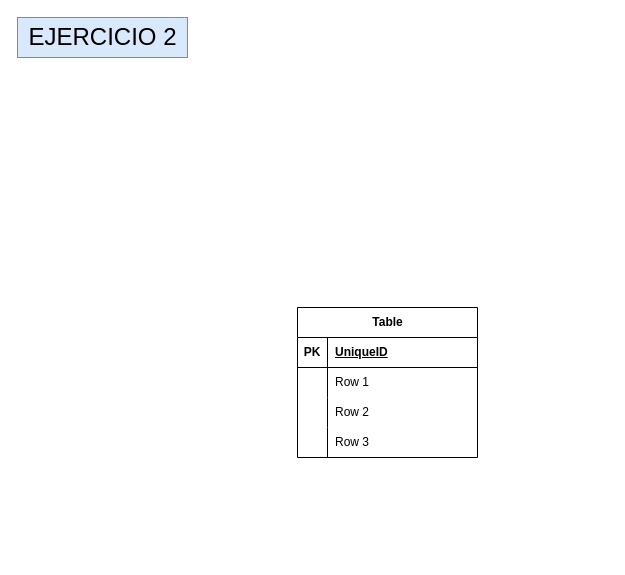
Above: M02_RA6_act2.drawio in victor06-git/base_de_dades (draw.io), before the change. Source tidied: cells renumbered, new cells numbered last; positions are measured from the earlier drawing's top-left corner, leaving out a move shared by most shapes. Both pictures are drawn from the tidied source at 100%, with x=0, y=0 at pixel (17, 17).
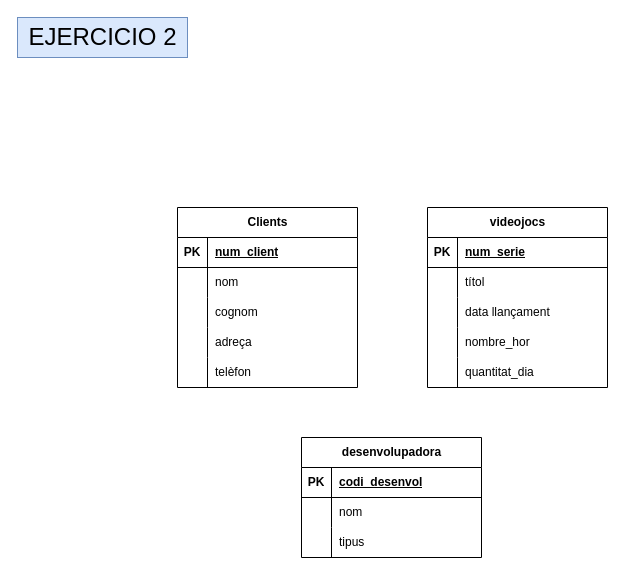
The same page after the edit.

Unchanged cells that the change refers to:
```xml
<mxCell id="3" style="shape=tableRow;horizontal=0;startSize=0;swimlaneHead=0;swimlaneBody=0;fillColor=none;top=0;left=0;right=0;bottom=1;" parent="2" vertex="1">
  <mxGeometry y="30" width="180" height="30" as="geometry" />
</mxCell>
<mxCell id="6" style="shape=tableRow;horizontal=0;startSize=0;swimlaneHead=0;swimlaneBody=0;fillColor=none;top=0;left=0;right=0;bottom=0;" parent="2" vertex="1">
  <mxGeometry y="60" width="180" height="30" as="geometry" />
</mxCell>
<mxCell id="9" style="shape=tableRow;horizontal=0;startSize=0;swimlaneHead=0;swimlaneBody=0;fillColor=none;top=0;left=0;right=0;bottom=0;" parent="2" vertex="1">
  <mxGeometry y="90" width="180" height="30" as="geometry" />
</mxCell>
<mxCell id="12" style="shape=tableRow;horizontal=0;startSize=0;swimlaneHead=0;swimlaneBody=0;fillColor=none;top=0;left=0;right=0;bottom=0;" parent="2" vertex="1">
  <mxGeometry y="120" width="180" height="30" as="geometry" />
</mxCell>
```

Diff of the diagram source:
```diff
@@
-    <mxCell id="2" value="Table" style="shape=table;startSize=30;childLayout=tableLayout;rowLines=0;fontStyle=1;align=center;html=1;" parent="1" vertex="1">
-      <mxGeometry x="280" y="290" width="180" height="150" as="geometry" />
+    <mxCell id="2" value="Clients" style="shape=table;startSize=30;childLayout=tableLayout;rowLines=0;fontStyle=1;align=center;html=1;" parent="1" vertex="1">
+      <mxGeometry x="160" y="190" width="180" height="180" as="geometry" />
     </mxCell>
@@
-    <mxCell id="5" value="UniqueID" style="shape=partialRectangle;fillColor=none;top=0;left=0;bottom=0;right=0;align=left;spacingLeft=6;fontStyle=5;overflow=hidden;whiteSpace=wrap;html=1;" parent="3" vertex="1">
+    <mxCell id="5" value="num_client" style="shape=partialRectangle;fillColor=none;top=0;left=0;bottom=0;right=0;align=left;spacingLeft=6;fontStyle=5;overflow=hidden;whiteSpace=wrap;html=1;" parent="3" vertex="1">
       <mxGeometry x="30" width="150" height="30" as="geometry" />
     </mxCell>
@@
-    <mxCell id="8" value="Row 1" style="shape=partialRectangle;fillColor=none;top=0;left=0;bottom=0;right=0;align=left;spacingLeft=6;overflow=hidden;whiteSpace=wrap;html=1;" parent="6" vertex="1">
+    <mxCell id="8" value="nom" style="shape=partialRectangle;fillColor=none;top=0;left=0;bottom=0;right=0;align=left;spacingLeft=6;overflow=hidden;whiteSpace=wrap;html=1;" parent="6" vertex="1">
       <mxGeometry x="30" width="150" height="30" as="geometry" />
     </mxCell>
@@
-    <mxCell id="11" value="Row 2" style="shape=partialRectangle;fillColor=none;top=0;left=0;bottom=0;right=0;align=left;spacingLeft=6;overflow=hidden;whiteSpace=wrap;html=1;" parent="9" vertex="1">
+    <mxCell id="11" value="cognom" style="shape=partialRectangle;fillColor=none;top=0;left=0;bottom=0;right=0;align=left;spacingLeft=6;overflow=hidden;whiteSpace=wrap;html=1;" parent="9" vertex="1">
       <mxGeometry x="30" width="150" height="30" as="geometry" />
     </mxCell>
@@
-    <mxCell id="14" value="Row 3" style="shape=partialRectangle;fillColor=none;top=0;left=0;bottom=0;right=0;align=left;spacingLeft=6;overflow=hidden;whiteSpace=wrap;html=1;" parent="12" vertex="1">
+    <mxCell id="14" value="adreça" style="shape=partialRectangle;fillColor=none;top=0;left=0;bottom=0;right=0;align=left;spacingLeft=6;overflow=hidden;whiteSpace=wrap;html=1;" parent="12" vertex="1">
       <mxGeometry x="30" width="150" height="30" as="geometry" />
     </mxCell>
+    <mxCell id="16" style="shape=tableRow;horizontal=0;startSize=0;swimlaneHead=0;swimlaneBody=0;fillColor=none;top=0;left=0;right=0;bottom=0;" parent="2" vertex="1">
+      <mxGeometry y="150" width="180" height="30" as="geometry" />
+    </mxCell>
+    <mxCell id="17" style="shape=partialRectangle;fillColor=none;top=0;left=0;bottom=0;right=0;overflow=hidden;whiteSpace=wrap;html=1;" parent="16" vertex="1">
+      <mxGeometry width="30" height="30" as="geometry" />
+    </mxCell>
+    <mxCell id="18" style="shape=partialRectangle;fillColor=none;top=0;left=0;bottom=0;right=0;align=left;spacingLeft=6;overflow=hidden;whiteSpace=wrap;html=1;" parent="16" vertex="1">
+      <mxGeometry x="30" width="150" height="30" as="geometry" />
+    </mxCell>
@@
+    <mxCell id="19" style="shape=tableRow;horizontal=0;startSize=0;swimlaneHead=0;swimlaneBody=0;fillColor=none;top=0;left=0;right=0;bottom=0;" parent="1" vertex="1">
+      <mxGeometry x="280" y="440" width="180" height="30" as="geometry" />
+    </mxCell>
+    <mxCell id="20" style="shape=partialRectangle;fillColor=none;top=0;left=0;bottom=0;right=0;overflow=hidden;whiteSpace=wrap;html=1;" parent="19" vertex="1">
+      <mxGeometry width="30" height="30" as="geometry" />
+    </mxCell>
+    <mxCell id="21" value="videojocs" style="shape=table;startSize=30;childLayout=tableLayout;rowLines=0;fontStyle=1;align=center;html=1;" parent="1" vertex="1">
+      <mxGeometry x="410" y="190" width="180" height="180" as="geometry" />
+    </mxCell>
+    <mxCell id="22" style="shape=tableRow;horizontal=0;startSize=0;swimlaneHead=0;swimlaneBody=0;fillColor=none;top=0;left=0;right=0;bottom=1;" parent="21" vertex="1">
+      <mxGeometry y="30" width="180" height="30" as="geometry" />
+    </mxCell>
+    <mxCell id="23" value="PK" style="shape=partialRectangle;fillColor=none;top=0;left=0;bottom=0;right=0;fontStyle=1;overflow=hidden;whiteSpace=wrap;html=1;" parent="22" vertex="1">
+      <mxGeometry width="30" height="30" as="geometry" />
+    </mxCell>
+    <mxCell id="24" value="num_serie" style="shape=partialRectangle;fillColor=none;top=0;left=0;bottom=0;right=0;align=left;spacingLeft=6;fontStyle=5;overflow=hidden;whiteSpace=wrap;html=1;" parent="22" vertex="1">
+      <mxGeometry x="30" width="150" height="30" as="geometry" />
+    </mxCell>
+    <mxCell id="25" style="shape=tableRow;horizontal=0;startSize=0;swimlaneHead=0;swimlaneBody=0;fillColor=none;top=0;left=0;right=0;bottom=0;" parent="21" vertex="1">
+      <mxGeometry y="60" width="180" height="30" as="geometry" />
+    </mxCell>
+    <mxCell id="26" style="shape=partialRectangle;fillColor=none;top=0;left=0;bottom=0;right=0;overflow=hidden;whiteSpace=wrap;html=1;" parent="25" vertex="1">
+      <mxGeometry width="30" height="30" as="geometry" />
+    </mxCell>
+    <mxCell id="27" value="títol" style="shape=partialRectangle;fillColor=none;top=0;left=0;bottom=0;right=0;align=left;spacingLeft=6;overflow=hidden;whiteSpace=wrap;html=1;" parent="25" vertex="1">
+      <mxGeometry x="30" width="150" height="30" as="geometry" />
+    </mxCell>
+    <mxCell id="28" style="shape=tableRow;horizontal=0;startSize=0;swimlaneHead=0;swimlaneBody=0;fillColor=none;top=0;left=0;right=0;bottom=0;" parent="21" vertex="1">
+      <mxGeometry y="90" width="180" height="30" as="geometry" />
+    </mxCell>
+    <mxCell id="29" style="shape=partialRectangle;fillColor=none;top=0;left=0;bottom=0;right=0;overflow=hidden;whiteSpace=wrap;html=1;" parent="28" vertex="1">
+      <mxGeometry width="30" height="30" as="geometry" />
+    </mxCell>
+    <mxCell id="30" value="data llançament" style="shape=partialRectangle;fillColor=none;top=0;left=0;bottom=0;right=0;align=left;spacingLeft=6;overflow=hidden;whiteSpace=wrap;html=1;" parent="28" vertex="1">
+      <mxGeometry x="30" width="150" height="30" as="geometry" />
+    </mxCell>
+    <mxCell id="31" style="shape=tableRow;horizontal=0;startSize=0;swimlaneHead=0;swimlaneBody=0;fillColor=none;top=0;left=0;right=0;bottom=0;" parent="21" vertex="1">
+      <mxGeometry y="120" width="180" height="30" as="geometry" />
+    </mxCell>
+    <mxCell id="32" style="shape=partialRectangle;fillColor=none;top=0;left=0;bottom=0;right=0;overflow=hidden;whiteSpace=wrap;html=1;" parent="31" vertex="1">
+      <mxGeometry width="30" height="30" as="geometry" />
+    </mxCell>
+    <mxCell id="33" value="nombre_hor" style="shape=partialRectangle;fillColor=none;top=0;left=0;bottom=0;right=0;align=left;spacingLeft=6;overflow=hidden;whiteSpace=wrap;html=1;" parent="31" vertex="1">
+      <mxGeometry x="30" width="150" height="30" as="geometry" />
+    </mxCell>
+    <mxCell id="34" style="shape=tableRow;horizontal=0;startSize=0;swimlaneHead=0;swimlaneBody=0;fillColor=none;top=0;left=0;right=0;bottom=0;" parent="21" vertex="1">
+      <mxGeometry y="150" width="180" height="30" as="geometry" />
+    </mxCell>
+    <mxCell id="35" style="shape=partialRectangle;fillColor=none;top=0;left=0;bottom=0;right=0;overflow=hidden;whiteSpace=wrap;html=1;" parent="34" vertex="1">
+      <mxGeometry width="30" height="30" as="geometry" />
+    </mxCell>
+    <mxCell id="36" style="shape=partialRectangle;fillColor=none;top=0;left=0;bottom=0;right=0;align=left;spacingLeft=6;overflow=hidden;whiteSpace=wrap;html=1;" parent="34" vertex="1">
+      <mxGeometry x="30" width="150" height="30" as="geometry" />
+    </mxCell>
+    <mxCell id="37" value="telèfon" style="shape=partialRectangle;fillColor=none;top=0;left=0;bottom=0;right=0;align=left;spacingLeft=6;overflow=hidden;whiteSpace=wrap;html=1;" parent="1" vertex="1">
+      <mxGeometry x="190" y="340" width="150" height="30" as="geometry" />
+    </mxCell>
+    <mxCell id="38" value="quantitat_dia" style="shape=partialRectangle;fillColor=none;top=0;left=0;bottom=0;right=0;align=left;spacingLeft=6;overflow=hidden;whiteSpace=wrap;html=1;" parent="1" vertex="1">
+      <mxGeometry x="440" y="340" width="150" height="30" as="geometry" />
+    </mxCell>
+    <mxCell id="39" value="desenvolupadora" style="shape=table;startSize=30;childLayout=tableLayout;rowLines=0;fontStyle=1;align=center;html=1;" parent="1" vertex="1">
+      <mxGeometry x="284" y="420" width="180" height="120" as="geometry" />
+    </mxCell>
+    <mxCell id="40" style="shape=tableRow;horizontal=0;startSize=0;swimlaneHead=0;swimlaneBody=0;fillColor=none;top=0;left=0;right=0;bottom=1;" parent="39" vertex="1">
+      <mxGeometry y="30" width="180" height="30" as="geometry" />
+    </mxCell>
+    <mxCell id="41" value="PK" style="shape=partialRectangle;fillColor=none;top=0;left=0;bottom=0;right=0;fontStyle=1;overflow=hidden;whiteSpace=wrap;html=1;" parent="40" vertex="1">
+      <mxGeometry width="30" height="30" as="geometry" />
+    </mxCell>
+    <mxCell id="42" value="codi_desenvol" style="shape=partialRectangle;fillColor=none;top=0;left=0;bottom=0;right=0;align=left;spacingLeft=6;fontStyle=5;overflow=hidden;whiteSpace=wrap;html=1;" parent="40" vertex="1">
+      <mxGeometry x="30" width="150" height="30" as="geometry" />
+    </mxCell>
+    <mxCell id="43" style="shape=tableRow;horizontal=0;startSize=0;swimlaneHead=0;swimlaneBody=0;fillColor=none;top=0;left=0;right=0;bottom=0;" parent="39" vertex="1">
+      <mxGeometry y="60" width="180" height="30" as="geometry" />
+    </mxCell>
+    <mxCell id="44" style="shape=partialRectangle;fillColor=none;top=0;left=0;bottom=0;right=0;overflow=hidden;whiteSpace=wrap;html=1;" parent="43" vertex="1">
+      <mxGeometry width="30" height="30" as="geometry" />
+    </mxCell>
+    <mxCell id="45" value="nom" style="shape=partialRectangle;fillColor=none;top=0;left=0;bottom=0;right=0;align=left;spacingLeft=6;overflow=hidden;whiteSpace=wrap;html=1;" parent="43" vertex="1">
+      <mxGeometry x="30" width="150" height="30" as="geometry" />
+    </mxCell>
+    <mxCell id="46" style="shape=tableRow;horizontal=0;startSize=0;swimlaneHead=0;swimlaneBody=0;fillColor=none;top=0;left=0;right=0;bottom=0;" parent="39" vertex="1">
+      <mxGeometry y="90" width="180" height="30" as="geometry" />
+    </mxCell>
+    <mxCell id="47" style="shape=partialRectangle;fillColor=none;top=0;left=0;bottom=0;right=0;overflow=hidden;whiteSpace=wrap;html=1;" parent="46" vertex="1">
+      <mxGeometry width="30" height="30" as="geometry" />
+    </mxCell>
+    <mxCell id="48" value="tipus" style="shape=partialRectangle;fillColor=none;top=0;left=0;bottom=0;right=0;align=left;spacingLeft=6;overflow=hidden;whiteSpace=wrap;html=1;" parent="46" vertex="1">
+      <mxGeometry x="30" width="150" height="30" as="geometry" />
+    </mxCell>
```
